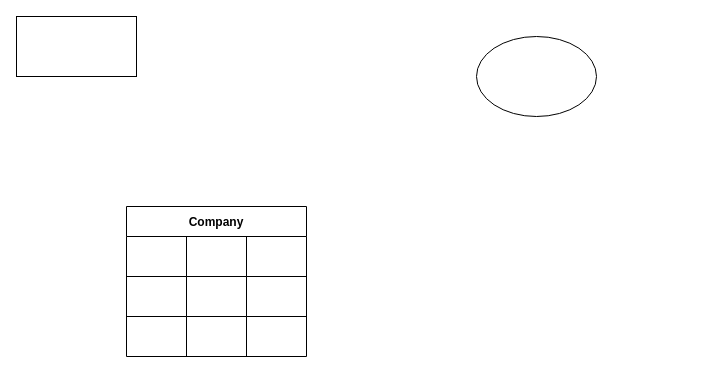
Earlier version of the draw.io diagram DataModel.drawio (Empeno/EmpenoInvestStaticWebApp). Source tidied: cells renumbered, new cells numbered last; positions are measured from the earlier drawing's top-left corner, leaving out a move shared by most shapes. Both pictures are drawn from the tidied source at 100%, with x=0, y=0 at pixel (16, 16).
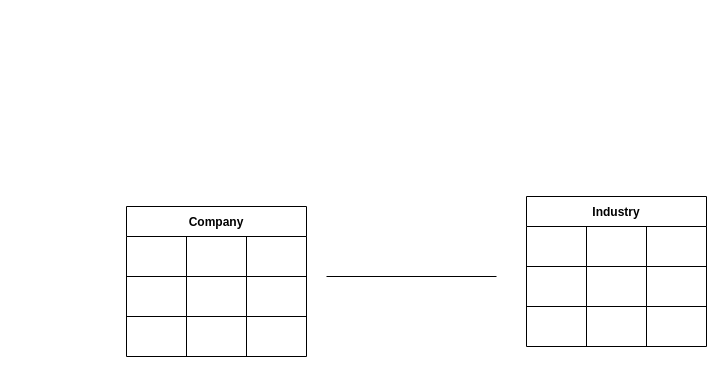
The same page after the edit.

What changed in the source:
```diff
@@
-    <mxCell id="2" style="rounded=0;whiteSpace=wrap;html=1;" parent="1" vertex="1">
-      <mxGeometry width="120" height="60" as="geometry" />
-    </mxCell>
-    <mxCell id="3" style="ellipse;whiteSpace=wrap;html=1;" parent="1" vertex="1">
-      <mxGeometry x="460" y="20" width="120" height="80" as="geometry" />
-    </mxCell>
@@
+    <mxCell id="17" value="Industry" style="shape=table;startSize=30;childLayout=tableLayout;fontStyle=1;align=center;" parent="1" vertex="1">
+      <mxGeometry x="510" y="180" width="180" height="150" as="geometry" />
+    </mxCell>
+    <mxCell id="18" style="shape=tableRow;horizontal=0;startSize=0;swimlaneHead=0;swimlaneBody=0;top=0;left=0;bottom=0;right=0;fillColor=none;" parent="17" vertex="1">
+      <mxGeometry y="30" width="180" height="40" as="geometry" />
+    </mxCell>
+    <mxCell id="19" style="shape=partialRectangle;html=1;whiteSpace=wrap;fillColor=none;top=0;left=0;bottom=0;right=0;overflow=hidden;" parent="18" vertex="1">
+      <mxGeometry width="60" height="40" as="geometry" />
+    </mxCell>
+    <mxCell id="20" style="shape=partialRectangle;html=1;whiteSpace=wrap;fillColor=none;top=0;left=0;bottom=0;right=0;overflow=hidden;" parent="18" vertex="1">
+      <mxGeometry x="60" width="60" height="40" as="geometry" />
+    </mxCell>
+    <mxCell id="21" style="shape=partialRectangle;html=1;whiteSpace=wrap;fillColor=none;top=0;left=0;bottom=0;right=0;overflow=hidden;" parent="18" vertex="1">
+      <mxGeometry x="120" width="60" height="40" as="geometry" />
+    </mxCell>
+    <mxCell id="22" style="shape=tableRow;horizontal=0;startSize=0;swimlaneHead=0;swimlaneBody=0;top=0;left=0;bottom=0;right=0;fillColor=none;" parent="17" vertex="1">
+      <mxGeometry y="70" width="180" height="40" as="geometry" />
+    </mxCell>
+    <mxCell id="23" style="shape=partialRectangle;html=1;whiteSpace=wrap;fillColor=none;top=0;left=0;bottom=0;right=0;overflow=hidden;" parent="22" vertex="1">
+      <mxGeometry width="60" height="40" as="geometry" />
+    </mxCell>
+    <mxCell id="24" style="shape=partialRectangle;html=1;whiteSpace=wrap;fillColor=none;top=0;left=0;bottom=0;right=0;overflow=hidden;" parent="22" vertex="1">
+      <mxGeometry x="60" width="60" height="40" as="geometry" />
+    </mxCell>
+    <mxCell id="25" style="shape=partialRectangle;html=1;whiteSpace=wrap;fillColor=none;top=0;left=0;bottom=0;right=0;overflow=hidden;" parent="22" vertex="1">
+      <mxGeometry x="120" width="60" height="40" as="geometry" />
+    </mxCell>
+    <mxCell id="26" style="shape=tableRow;horizontal=0;startSize=0;swimlaneHead=0;swimlaneBody=0;top=0;left=0;bottom=0;right=0;fillColor=none;" parent="17" vertex="1">
+      <mxGeometry y="110" width="180" height="40" as="geometry" />
+    </mxCell>
+    <mxCell id="27" style="shape=partialRectangle;html=1;whiteSpace=wrap;fillColor=none;top=0;left=0;bottom=0;right=0;overflow=hidden;" parent="26" vertex="1">
+      <mxGeometry width="60" height="40" as="geometry" />
+    </mxCell>
+    <mxCell id="28" style="shape=partialRectangle;html=1;whiteSpace=wrap;fillColor=none;top=0;left=0;bottom=0;right=0;overflow=hidden;" parent="26" vertex="1">
+      <mxGeometry x="60" width="60" height="40" as="geometry" />
+    </mxCell>
+    <mxCell id="29" style="shape=partialRectangle;html=1;whiteSpace=wrap;fillColor=none;top=0;left=0;bottom=0;right=0;overflow=hidden;" parent="26" vertex="1">
+      <mxGeometry x="120" width="60" height="40" as="geometry" />
+    </mxCell>
+    <mxCell id="30" style="endArrow=none;html=1;" parent="1" edge="1">
+      <mxGeometry relative="1" as="geometry">
+        <mxPoint x="310" y="260" as="sourcePoint" />
+        <mxPoint x="480" y="260" as="targetPoint" />
+      </mxGeometry>
+    </mxCell>
```
